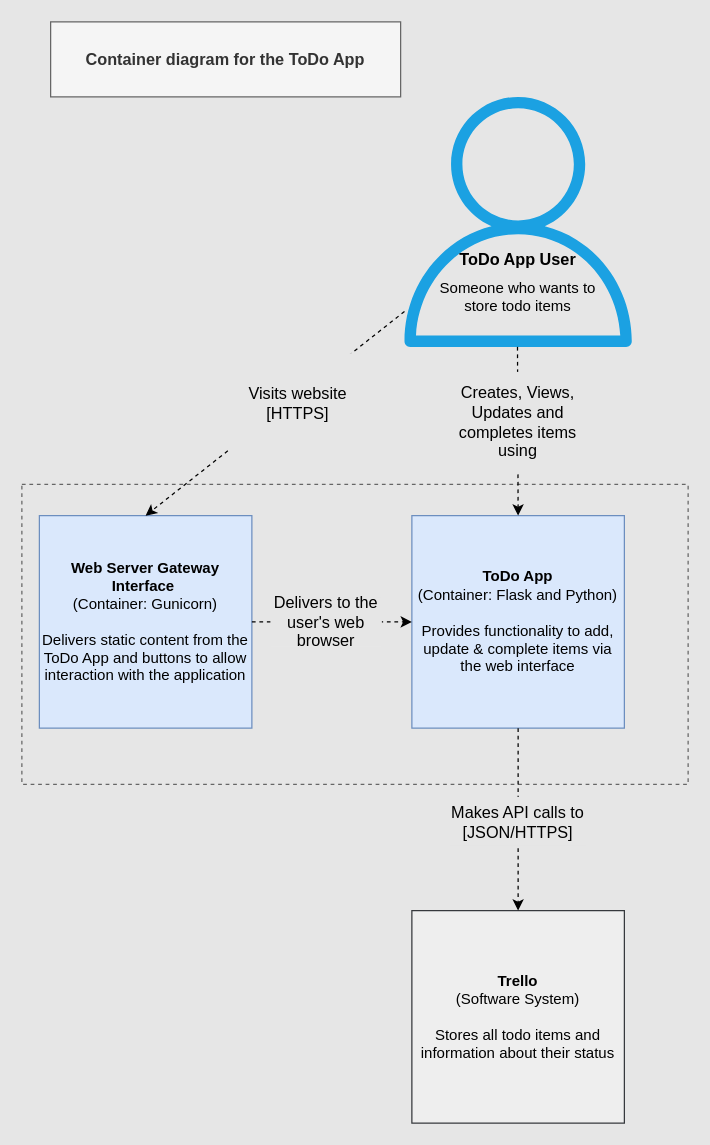
Before: Documentation/Container_Diagram.drawio in CorndelWithSoftwire/DevOps-Course-Starter, a draw.io diagram. Source tidied: cells renumbered, new cells numbered last; positions are measured from the earlier drawing's top-left corner, leaving out a move shared by most shapes. Both pictures are drawn from the tidied source at 125%, with x=0, y=0 at pixel (21, 21).
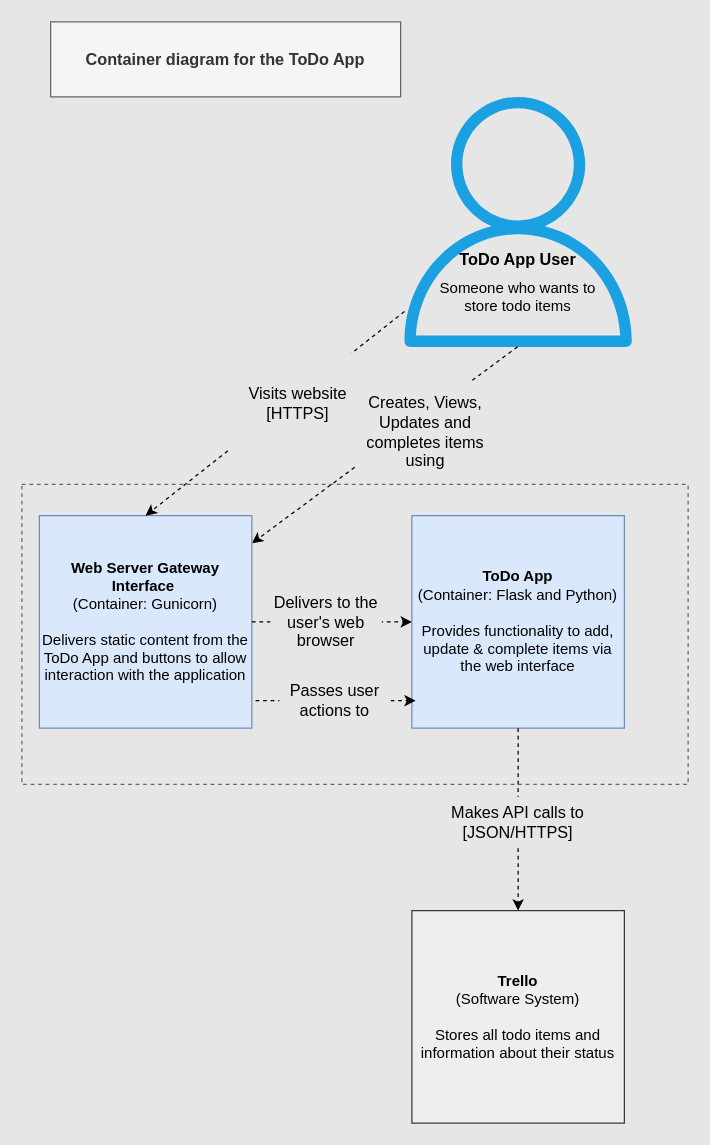
Above is the later version.

Commit message:
updated container diagram to correct workflow

Unchanged cells that the change refers to:
```xml
<mxCell id="10" value="&lt;b&gt;Web Server Gateway Interface&amp;nbsp;&lt;/b&gt;&lt;br&gt;(Container: Gunicorn)&lt;br&gt;&lt;br&gt;Delivers static content from the ToDo App and buttons to allow interaction with the application" style="whiteSpace=wrap;html=1;fillColor=#dae8fc;strokeColor=#6c8ebf;" parent="1" vertex="1">
  <mxGeometry x="14" y="395" width="170" height="170" as="geometry" />
</mxCell>
```

Change to the diagram source:
```diff
@@
-    <mxCell id="6" style="endArrow=classic;html=1;exitX=0.5;exitY=1;exitDx=0;exitDy=0;dashed=1;" parent="1" edge="1">
+    <mxCell id="6" style="endArrow=classic;html=1;exitX=0.5;exitY=1;exitDx=0;exitDy=0;dashed=1;" parent="1" edge="1" target="10">
       <mxGeometry relative="1" as="geometry">
         <mxPoint x="396.5" y="260" as="sourcePoint" />
-        <mxPoint x="397" y="395" as="targetPoint" />
       </mxGeometry>
     </mxCell>
@@
     <mxCell id="11" value="Creates, Views, Updates and completes items using" style="text;html=1;align=center;verticalAlign=middle;whiteSpace=wrap;rounded=0;shadow=0;fontSize=13;labelBackgroundColor=none;labelBorderColor=none;fillColor=#E6e6e6;" parent="1" vertex="1">
-      <mxGeometry x="342" y="280" width="110" height="80" as="geometry" />
+      <mxGeometry x="268" y="288" width="110" height="80" as="geometry" />
     </mxCell>
@@
+    <mxCell id="18" style="endArrow=classic;html=1;dashed=1;jumpStyle=gap;jumpSize=20;" parent="1" edge="1">
+      <mxGeometry relative="1" as="geometry">
+        <mxPoint x="187" y="543" as="sourcePoint" />
+        <mxPoint x="315" y="543" as="targetPoint" />
+        <Array as="points">
+          <mxPoint x="259" y="543" />
+        </Array>
+      </mxGeometry>
+    </mxCell>
+    <mxCell id="19" value="Passes user actions to" style="text;html=1;align=center;verticalAlign=middle;whiteSpace=wrap;rounded=0;shadow=0;fontSize=13;fillColor=#E6E6E6;" parent="1" vertex="1">
+      <mxGeometry x="206" y="523" width="89" height="39" as="geometry" />
+    </mxCell>
```
